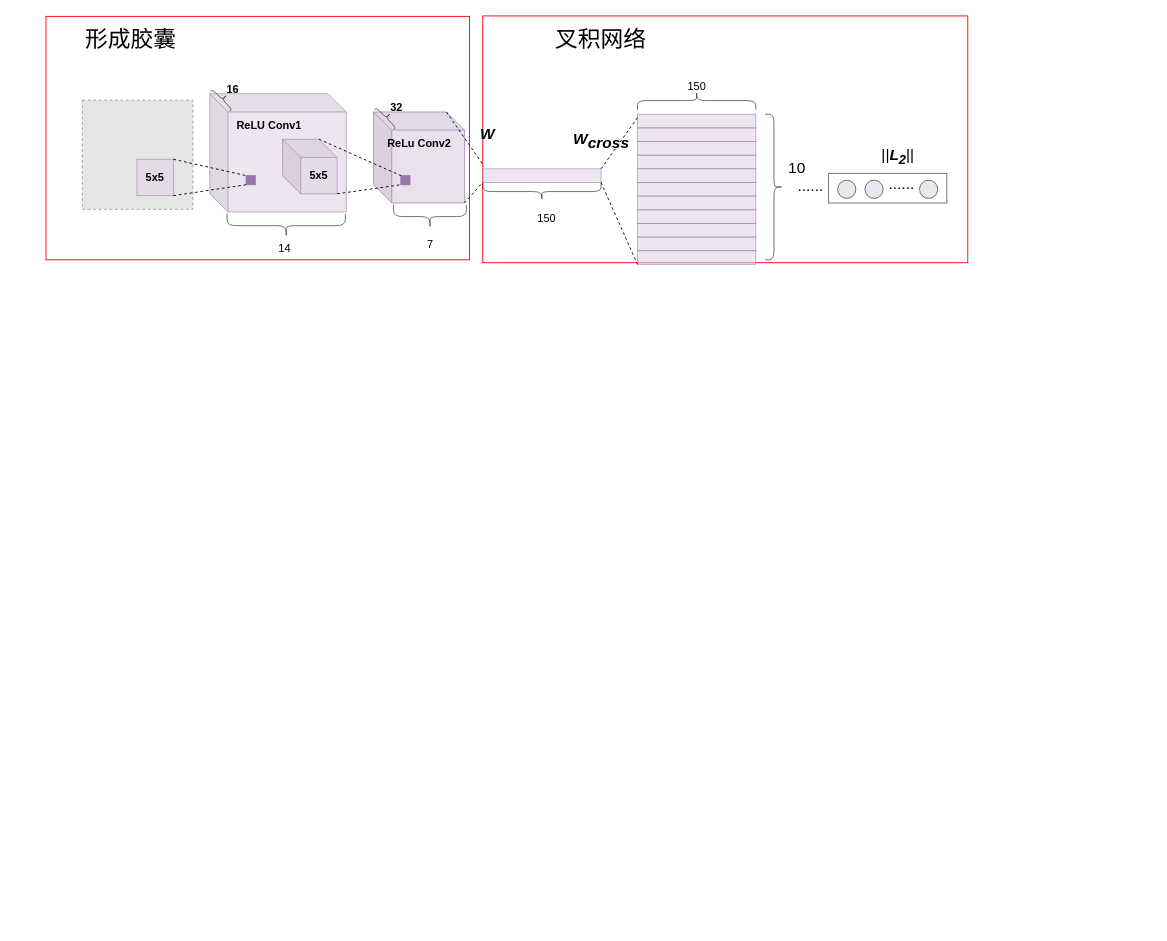
AmeGong/drawio keeps this draw.io diagram as kaiti.drawio. Above is the earlier version. Source tidied: cells renumbered, new cells numbered last; positions are measured from the earlier drawing's top-left corner, leaving out a move shared by most shapes. Both pictures are drawn from the tidied source at 91%, with x=0, y=0 at pixel (15, 15). Pictures stored in the file or linked from it are replaced by grey dashed boxes.
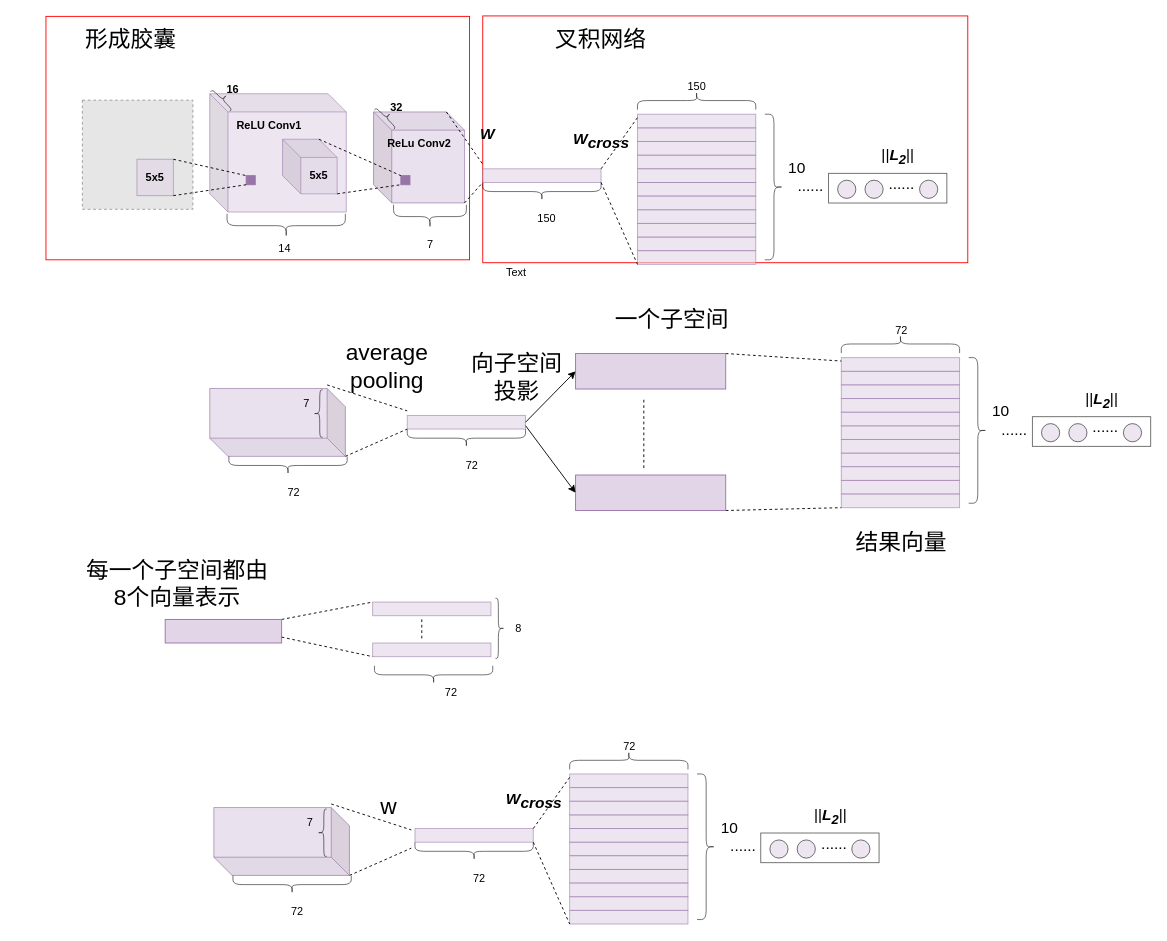
The same diagram, later.

Diff of the diagram source:
```diff
@@
+    <mxCell id="58" style="endArrow=none;dashed=1;html=1;exitX=0;exitY=0;exitDx=20;exitDy=78.5;exitPerimeter=0;" parent="1" edge="1" source="87">
+      <mxGeometry relative="1" as="geometry">
+        <mxPoint x="430" y="434" as="targetPoint" />
+      </mxGeometry>
+    </mxCell>
+    <mxCell id="59" style="endArrow=none;dashed=1;html=1;exitX=0;exitY=0;exitDx=0;exitDy=0;exitPerimeter=0;entryX=0;entryY=1;entryDx=0;entryDy=0;" parent="1" edge="1" source="87">
+      <mxGeometry relative="1" as="geometry">
+        <mxPoint x="430" y="454" as="targetPoint" />
+      </mxGeometry>
+    </mxCell>
+    <mxCell id="60" style="shape=curlyBracket;whiteSpace=wrap;html=1;rounded=1;shadow=0;comic=0;strokeColor=#000000;fillColor=#E1D5E7;opacity=60;rotation=-90;" parent="1" vertex="1">
+      <mxGeometry x="485" y="399" width="20" height="130" as="geometry" />
+    </mxCell>
+    <mxCell id="61" value="72" style="text;html=1;align=center;verticalAlign=middle;" parent="1" vertex="1">
+      <mxGeometry x="489" y="485" width="23" height="18" as="geometry" />
+    </mxCell>
+    <mxCell id="62" style="rounded=0;whiteSpace=wrap;html=1;shadow=0;comic=0;strokeColor=#9673A6;fillColor=#E1D5E7;opacity=60;" parent="1" vertex="1">
+      <mxGeometry x="907" y="510.4" width="130" height="15" as="geometry" />
+    </mxCell>
+    <mxCell id="63" style="rounded=0;whiteSpace=wrap;html=1;shadow=0;comic=0;strokeColor=#9673A6;fillColor=#E1D5E7;opacity=60;" parent="1" vertex="1">
+      <mxGeometry x="907" y="525.4" width="130" height="15" as="geometry" />
+    </mxCell>
+    <mxCell id="64" style="rounded=0;whiteSpace=wrap;html=1;shadow=0;comic=0;strokeColor=#9673A6;fillColor=#E1D5E7;opacity=60;" parent="1" vertex="1">
+      <mxGeometry x="907" y="480.4" width="130" height="15" as="geometry" />
+    </mxCell>
+    <mxCell id="65" style="rounded=0;whiteSpace=wrap;html=1;shadow=0;comic=0;strokeColor=#9673A6;fillColor=#E1D5E7;opacity=60;" parent="1" vertex="1">
+      <mxGeometry x="907" y="495.4" width="130" height="15" as="geometry" />
+    </mxCell>
+    <mxCell id="66" style="rounded=0;whiteSpace=wrap;html=1;shadow=0;comic=0;strokeColor=#9673A6;fillColor=#E1D5E7;opacity=60;" parent="1" vertex="1">
+      <mxGeometry x="907" y="450.4" width="130" height="15" as="geometry" />
+    </mxCell>
+    <mxCell id="67" style="rounded=0;whiteSpace=wrap;html=1;shadow=0;comic=0;strokeColor=#9673A6;fillColor=#E1D5E7;opacity=60;" parent="1" vertex="1">
+      <mxGeometry x="907" y="465.4" width="130" height="15" as="geometry" />
+    </mxCell>
+    <mxCell id="68" style="rounded=0;whiteSpace=wrap;html=1;shadow=0;comic=0;strokeColor=#9673A6;fillColor=#E1D5E7;opacity=60;" parent="1" vertex="1">
+      <mxGeometry x="907" y="420.5" width="130" height="15" as="geometry" />
+    </mxCell>
+    <mxCell id="69" style="rounded=0;whiteSpace=wrap;html=1;shadow=0;comic=0;strokeColor=#9673A6;fillColor=#E1D5E7;opacity=60;" parent="1" vertex="1">
+      <mxGeometry x="907" y="435.5" width="130" height="15" as="geometry" />
+    </mxCell>
+    <mxCell id="70" style="rounded=0;whiteSpace=wrap;html=1;shadow=0;comic=0;strokeColor=#9673A6;fillColor=#E1D5E7;opacity=60;" parent="1" vertex="1">
+      <mxGeometry x="907" y="390.5" width="130" height="15" as="geometry" />
+    </mxCell>
+    <mxCell id="71" style="rounded=0;whiteSpace=wrap;html=1;shadow=0;comic=0;strokeColor=#9673A6;fillColor=#E1D5E7;opacity=60;" parent="1" vertex="1">
+      <mxGeometry x="907" y="405.5" width="130" height="15" as="geometry" />
+    </mxCell>
+    <mxCell id="72" style="rounded=0;whiteSpace=wrap;html=1;shadow=0;comic=0;strokeColor=#9673A6;fillColor=#E1D5E7;opacity=60;" parent="1" vertex="1">
+      <mxGeometry x="907" y="375.5" width="130" height="15" as="geometry" />
+    </mxCell>
+    <mxCell id="73" style="rounded=0;whiteSpace=wrap;html=1;shadow=0;comic=0;strokeColor=#9673A6;fillColor=#E1D5E7;opacity=60;" parent="1" vertex="1">
+      <mxGeometry x="430" y="439" width="130" height="15" as="geometry" />
+    </mxCell>
+    <mxCell id="74" style="endArrow=none;dashed=1;html=1;exitX=1;exitY=0;exitDx=0;exitDy=0;entryX=0;entryY=0.25;entryDx=0;entryDy=0;" parent="1" edge="1" source="138" target="72">
+      <mxGeometry relative="1" as="geometry" />
+    </mxCell>
+    <mxCell id="75" style="endArrow=none;dashed=1;html=1;exitX=1;exitY=1;exitDx=0;exitDy=0;entryX=0;entryY=1;entryDx=0;entryDy=0;" parent="1" edge="1" source="139" target="63">
+      <mxGeometry relative="1" as="geometry" />
+    </mxCell>
+    <mxCell id="76" style="shape=curlyBracket;whiteSpace=wrap;html=1;rounded=1;shadow=0;comic=0;strokeColor=#000000;fillColor=#E1D5E7;fontSize=17;opacity=60;rotation=-180;" parent="1" vertex="1">
+      <mxGeometry x="1047" y="375.5" width="20" height="160" as="geometry" />
+    </mxCell>
+    <mxCell id="77" value="10" style="text;html=1;align=center;verticalAlign=middle;fontSize=17;" parent="1" vertex="1">
+      <mxGeometry x="1067" y="420.4" width="30" height="30" as="geometry" />
+    </mxCell>
+    <mxCell id="78" style="shape=curlyBracket;whiteSpace=wrap;html=1;rounded=1;shadow=0;comic=0;strokeColor=#000000;fillColor=#E1D5E7;opacity=60;rotation=90;" parent="1" vertex="1">
+      <mxGeometry x="962" y="295.5" width="20" height="130" as="geometry" />
+    </mxCell>
+    <mxCell id="79" value="&lt;div&gt;72&lt;/div&gt;" style="text;html=1;align=center;verticalAlign=middle;" parent="1" vertex="1">
+      <mxGeometry x="961" y="336.5" width="23" height="18" as="geometry" />
+    </mxCell>
+    <mxCell id="80" style="rounded=0;whiteSpace=wrap;html=1;shadow=0;comic=0;strokeColor=#000000;fillColor=#FFFFFF;fontSize=17;opacity=60;" parent="1" vertex="1">
+      <mxGeometry x="1117" y="440.4" width="130" height="32.6" as="geometry" />
+    </mxCell>
+    <mxCell id="81" style="ellipse;whiteSpace=wrap;html=1;shadow=0;comic=0;strokeColor=#000000;fillColor=#E1D5E7;fontSize=17;opacity=60;" parent="1" vertex="1">
+      <mxGeometry x="1127" y="448" width="20" height="20" as="geometry" />
+    </mxCell>
+    <mxCell id="82" style="ellipse;whiteSpace=wrap;html=1;shadow=0;comic=0;strokeColor=#000000;fillColor=#E1D5E7;fontSize=17;opacity=60;" parent="1" vertex="1">
+      <mxGeometry x="1157" y="448" width="20" height="20" as="geometry" />
+    </mxCell>
+    <mxCell id="83" style="ellipse;whiteSpace=wrap;html=1;shadow=0;comic=0;strokeColor=#000000;fillColor=#E1D5E7;fontSize=17;opacity=60;" parent="1" vertex="1">
+      <mxGeometry x="1217" y="448" width="20" height="20" as="geometry" />
+    </mxCell>
+    <mxCell id="84" value="......" style="text;html=1;align=center;verticalAlign=middle;fontSize=17;" parent="1" vertex="1">
+      <mxGeometry x="1177" y="438" width="40" height="30" as="geometry" />
+    </mxCell>
+    <mxCell id="85" value="......" style="text;html=1;align=center;verticalAlign=middle;fontSize=17;" parent="1" vertex="1">
+      <mxGeometry x="1077" y="440.5" width="40" height="30" as="geometry" />
+    </mxCell>
+    <mxCell id="86" value="||&lt;i&gt;&lt;b&gt;L&lt;sub&gt;2&lt;/sub&gt;&lt;/b&gt;&lt;/i&gt;||" style="text;html=1;align=center;verticalAlign=middle;fontSize=17;" parent="1" vertex="1">
+      <mxGeometry x="1168" y="407.5" width="50" height="30" as="geometry" />
+    </mxCell>
+    <mxCell id="87" style="shape=cube;whiteSpace=wrap;html=1;boundedLbl=1;backgroundOutline=1;darkOpacity=0.05;darkOpacity2=0.1;fillColor=#e1d5e7;strokeColor=#9673a6;comic=0;shadow=0;opacity=70;rotation=-180;size=20;" parent="1" vertex="1">
+      <mxGeometry x="213" y="409.4" width="149" height="74.6" as="geometry" />
+    </mxCell>
+    <mxCell id="88" style="shape=curlyBracket;whiteSpace=wrap;html=1;rounded=1;shadow=0;comic=0;strokeColor=#000000;fillColor=#E1D5E7;opacity=60;rotation=-90;" parent="1" vertex="1">
+      <mxGeometry x="289" y="429" width="20" height="130" as="geometry" />
+    </mxCell>
+    <mxCell id="89" value="72" style="text;html=1;align=center;verticalAlign=middle;" parent="1" vertex="1">
+      <mxGeometry x="293" y="515" width="23" height="18" as="geometry" />
+    </mxCell>
+    <mxCell id="90" value="Text" style="text;html=1;strokeColor=none;fillColor=none;align=center;verticalAlign=middle;whiteSpace=wrap;rounded=0;" parent="1" vertex="1">
+      <mxGeometry x="530" y="272" width="40" height="20" as="geometry" />
+    </mxCell>
+    <mxCell id="91" value="&lt;font style=&quot;font-size: 25px&quot;&gt;average pooling&lt;br&gt;&lt;/font&gt;" style="text;html=1;strokeColor=none;fillColor=none;align=center;verticalAlign=middle;whiteSpace=wrap;rounded=0;" parent="1" vertex="1">
+      <mxGeometry x="388" y="374" width="40" height="20" as="geometry" />
+    </mxCell>
+    <mxCell id="92" style="shape=curlyBracket;whiteSpace=wrap;html=1;rounded=1;shadow=0;comic=0;strokeColor=#000000;fillColor=#9875A8;opacity=60;rotation=0;size=0.6854179761156488;" parent="1" vertex="1">
+      <mxGeometry x="327" y="411" width="10" height="51.9" as="geometry" />
+    </mxCell>
+    <mxCell id="93" value="7" style="text;html=1;align=center;verticalAlign=middle;" parent="1" vertex="1">
+      <mxGeometry x="310" y="417" width="17" height="18" as="geometry" />
+    </mxCell>
+    <mxCell id="94" style="endArrow=none;dashed=1;html=1;exitX=0;exitY=0;exitDx=20;exitDy=78.5;exitPerimeter=0;" parent="1" edge="1" source="124">
+      <mxGeometry relative="1" as="geometry">
+        <mxPoint x="434.5" y="894.5" as="targetPoint" />
+      </mxGeometry>
+    </mxCell>
+    <mxCell id="95" style="endArrow=none;dashed=1;html=1;exitX=0;exitY=0;exitDx=0;exitDy=0;exitPerimeter=0;entryX=0;entryY=1;entryDx=0;entryDy=0;" parent="1" edge="1" source="124">
+      <mxGeometry relative="1" as="geometry">
+        <mxPoint x="434.5" y="914.5" as="targetPoint" />
+      </mxGeometry>
+    </mxCell>
+    <mxCell id="96" style="shape=curlyBracket;whiteSpace=wrap;html=1;rounded=1;shadow=0;comic=0;strokeColor=#000000;fillColor=#E1D5E7;opacity=60;rotation=-90;" parent="1" vertex="1">
+      <mxGeometry x="493.5" y="853" width="20" height="130" as="geometry" />
+    </mxCell>
+    <mxCell id="97" value="72" style="text;html=1;align=center;verticalAlign=middle;" parent="1" vertex="1">
+      <mxGeometry x="497.5" y="939" width="23" height="18" as="geometry" />
+    </mxCell>
+    <mxCell id="98" style="rounded=0;whiteSpace=wrap;html=1;shadow=0;comic=0;strokeColor=#9673A6;fillColor=#E1D5E7;opacity=60;" parent="1" vertex="1">
+      <mxGeometry x="608.5" y="967.9" width="130" height="15" as="geometry" />
+    </mxCell>
+    <mxCell id="99" style="rounded=0;whiteSpace=wrap;html=1;shadow=0;comic=0;strokeColor=#9673A6;fillColor=#E1D5E7;opacity=60;" parent="1" vertex="1">
+      <mxGeometry x="608.5" y="982.9" width="130" height="15" as="geometry" />
+    </mxCell>
+    <mxCell id="100" style="rounded=0;whiteSpace=wrap;html=1;shadow=0;comic=0;strokeColor=#9673A6;fillColor=#E1D5E7;opacity=60;" parent="1" vertex="1">
+      <mxGeometry x="608.5" y="937.9" width="130" height="15" as="geometry" />
+    </mxCell>
+    <mxCell id="101" style="rounded=0;whiteSpace=wrap;html=1;shadow=0;comic=0;strokeColor=#9673A6;fillColor=#E1D5E7;opacity=60;" parent="1" vertex="1">
+      <mxGeometry x="608.5" y="952.9" width="130" height="15" as="geometry" />
+    </mxCell>
+    <mxCell id="102" style="rounded=0;whiteSpace=wrap;html=1;shadow=0;comic=0;strokeColor=#9673A6;fillColor=#E1D5E7;opacity=60;" parent="1" vertex="1">
+      <mxGeometry x="608.5" y="907.9" width="130" height="15" as="geometry" />
+    </mxCell>
+    <mxCell id="103" style="rounded=0;whiteSpace=wrap;html=1;shadow=0;comic=0;strokeColor=#9673A6;fillColor=#E1D5E7;opacity=60;" parent="1" vertex="1">
+      <mxGeometry x="608.5" y="922.9" width="130" height="15" as="geometry" />
+    </mxCell>
+    <mxCell id="104" style="rounded=0;whiteSpace=wrap;html=1;shadow=0;comic=0;strokeColor=#9673A6;fillColor=#E1D5E7;opacity=60;" parent="1" vertex="1">
+      <mxGeometry x="608.5" y="878" width="130" height="15" as="geometry" />
+    </mxCell>
+    <mxCell id="105" style="rounded=0;whiteSpace=wrap;html=1;shadow=0;comic=0;strokeColor=#9673A6;fillColor=#E1D5E7;opacity=60;" parent="1" vertex="1">
+      <mxGeometry x="608.5" y="893" width="130" height="15" as="geometry" />
+    </mxCell>
+    <mxCell id="106" style="rounded=0;whiteSpace=wrap;html=1;shadow=0;comic=0;strokeColor=#9673A6;fillColor=#E1D5E7;opacity=60;" parent="1" vertex="1">
+      <mxGeometry x="608.5" y="848" width="130" height="15" as="geometry" />
+    </mxCell>
+    <mxCell id="107" style="rounded=0;whiteSpace=wrap;html=1;shadow=0;comic=0;strokeColor=#9673A6;fillColor=#E1D5E7;opacity=60;" parent="1" vertex="1">
+      <mxGeometry x="608.5" y="863" width="130" height="15" as="geometry" />
+    </mxCell>
+    <mxCell id="108" style="rounded=0;whiteSpace=wrap;html=1;shadow=0;comic=0;strokeColor=#9673A6;fillColor=#E1D5E7;opacity=60;" parent="1" vertex="1">
+      <mxGeometry x="608.5" y="833" width="130" height="15" as="geometry" />
+    </mxCell>
+    <mxCell id="109" style="rounded=0;whiteSpace=wrap;html=1;shadow=0;comic=0;strokeColor=#9673A6;fillColor=#E1D5E7;opacity=60;" parent="1" vertex="1">
+      <mxGeometry x="438.5" y="893" width="130" height="15" as="geometry" />
+    </mxCell>
+    <mxCell id="110" style="endArrow=none;dashed=1;html=1;exitX=1;exitY=0;exitDx=0;exitDy=0;entryX=0;entryY=0.25;entryDx=0;entryDy=0;" parent="1" edge="1" source="109" target="108">
+      <mxGeometry relative="1" as="geometry" />
+    </mxCell>
+    <mxCell id="111" style="endArrow=none;dashed=1;html=1;exitX=1;exitY=1;exitDx=0;exitDy=0;entryX=0;entryY=1;entryDx=0;entryDy=0;" parent="1" edge="1" source="109" target="99">
+      <mxGeometry relative="1" as="geometry" />
+    </mxCell>
+    <mxCell id="112" value="&lt;i style=&quot;font-size: 17px;&quot;&gt;&lt;b style=&quot;font-size: 17px;&quot;&gt;W&lt;sub style=&quot;font-size: 17px;&quot;&gt;cross&lt;/sub&gt;&lt;/b&gt;&lt;/i&gt;" style="text;html=1;align=center;verticalAlign=middle;fontSize=17;" parent="1" vertex="1">
+      <mxGeometry x="528.5" y="848" width="80" height="30" as="geometry" />
+    </mxCell>
+    <mxCell id="113" style="shape=curlyBracket;whiteSpace=wrap;html=1;rounded=1;shadow=0;comic=0;strokeColor=#000000;fillColor=#E1D5E7;fontSize=17;opacity=60;rotation=-180;" parent="1" vertex="1">
+      <mxGeometry x="748.5" y="833" width="20" height="160" as="geometry" />
+    </mxCell>
+    <mxCell id="114" value="10" style="text;html=1;align=center;verticalAlign=middle;fontSize=17;" parent="1" vertex="1">
+      <mxGeometry x="768.5" y="877.9" width="30" height="30" as="geometry" />
+    </mxCell>
+    <mxCell id="115" style="shape=curlyBracket;whiteSpace=wrap;html=1;rounded=1;shadow=0;comic=0;strokeColor=#000000;fillColor=#E1D5E7;opacity=60;rotation=90;" parent="1" vertex="1">
+      <mxGeometry x="663.5" y="753" width="20" height="130" as="geometry" />
+    </mxCell>
+    <mxCell id="116" value="&lt;div&gt;72&lt;/div&gt;" style="text;html=1;align=center;verticalAlign=middle;" parent="1" vertex="1">
+      <mxGeometry x="662.5" y="794" width="23" height="18" as="geometry" />
+    </mxCell>
+    <mxCell id="117" style="rounded=0;whiteSpace=wrap;html=1;shadow=0;comic=0;strokeColor=#000000;fillColor=#FFFFFF;fontSize=17;opacity=60;" parent="1" vertex="1">
+      <mxGeometry x="818.5" y="897.9" width="130" height="32.6" as="geometry" />
+    </mxCell>
+    <mxCell id="118" style="ellipse;whiteSpace=wrap;html=1;shadow=0;comic=0;strokeColor=#000000;fillColor=#E1D5E7;fontSize=17;opacity=60;" parent="1" vertex="1">
+      <mxGeometry x="828.5" y="905.5" width="20" height="20" as="geometry" />
+    </mxCell>
+    <mxCell id="119" style="ellipse;whiteSpace=wrap;html=1;shadow=0;comic=0;strokeColor=#000000;fillColor=#E1D5E7;fontSize=17;opacity=60;" parent="1" vertex="1">
+      <mxGeometry x="858.5" y="905.5" width="20" height="20" as="geometry" />
+    </mxCell>
+    <mxCell id="120" style="ellipse;whiteSpace=wrap;html=1;shadow=0;comic=0;strokeColor=#000000;fillColor=#E1D5E7;fontSize=17;opacity=60;" parent="1" vertex="1">
+      <mxGeometry x="918.5" y="905.5" width="20" height="20" as="geometry" />
+    </mxCell>
+    <mxCell id="121" value="......" style="text;html=1;align=center;verticalAlign=middle;fontSize=17;" parent="1" vertex="1">
+      <mxGeometry x="878.5" y="895.5" width="40" height="30" as="geometry" />
+    </mxCell>
+    <mxCell id="122" value="......" style="text;html=1;align=center;verticalAlign=middle;fontSize=17;" parent="1" vertex="1">
+      <mxGeometry x="778.5" y="898" width="40" height="30" as="geometry" />
+    </mxCell>
+    <mxCell id="123" value="||&lt;i&gt;&lt;b&gt;L&lt;sub&gt;2&lt;/sub&gt;&lt;/b&gt;&lt;/i&gt;||" style="text;html=1;align=center;verticalAlign=middle;fontSize=17;" parent="1" vertex="1">
+      <mxGeometry x="869.5" y="865" width="50" height="30" as="geometry" />
+    </mxCell>
+    <mxCell id="124" style="shape=cube;whiteSpace=wrap;html=1;boundedLbl=1;backgroundOutline=1;darkOpacity=0.05;darkOpacity2=0.1;fillColor=#e1d5e7;strokeColor=#9673a6;comic=0;shadow=0;opacity=70;rotation=-180;size=20;" parent="1" vertex="1">
+      <mxGeometry x="217.5" y="869.9" width="149" height="74.6" as="geometry" />
+    </mxCell>
+    <mxCell id="125" style="shape=curlyBracket;whiteSpace=wrap;html=1;rounded=1;shadow=0;comic=0;strokeColor=#000000;fillColor=#E1D5E7;opacity=60;rotation=-90;" parent="1" vertex="1">
+      <mxGeometry x="293.5" y="889.6" width="20" height="130" as="geometry" />
+    </mxCell>
+    <mxCell id="126" value="72" style="text;html=1;align=center;verticalAlign=middle;" parent="1" vertex="1">
+      <mxGeometry x="297.5" y="975.6" width="23" height="18" as="geometry" />
+    </mxCell>
+    <mxCell id="127" style="shape=curlyBracket;whiteSpace=wrap;html=1;rounded=1;shadow=0;comic=0;strokeColor=#000000;fillColor=#9875A8;opacity=60;rotation=0;size=0.6854179761156488;" parent="1" vertex="1">
+      <mxGeometry x="331.5" y="871.6" width="10" height="51.9" as="geometry" />
+    </mxCell>
+    <mxCell id="128" value="7" style="text;html=1;align=center;verticalAlign=middle;" parent="1" vertex="1">
+      <mxGeometry x="314.5" y="877.6" width="17" height="18" as="geometry" />
+    </mxCell>
+    <mxCell id="129" value="&lt;font style=&quot;font-size: 25px&quot;&gt;一个子空间&lt;br&gt;&lt;/font&gt;" style="text;html=1;strokeColor=none;fillColor=none;align=center;verticalAlign=middle;whiteSpace=wrap;rounded=0;" parent="1" vertex="1">
+      <mxGeometry x="586" y="322" width="270" height="20" as="geometry" />
+    </mxCell>
+    <mxCell id="130" style="rounded=0;whiteSpace=wrap;html=1;shadow=0;comic=0;strokeColor=#9673A6;fillColor=#E1D5E7;opacity=60;" parent="1" vertex="1">
+      <mxGeometry x="392" y="644.1" width="130" height="15" as="geometry" />
+    </mxCell>
+    <mxCell id="131" style="rounded=0;whiteSpace=wrap;html=1;shadow=0;comic=0;strokeColor=#9673A6;fillColor=#E1D5E7;opacity=60;" parent="1" vertex="1">
+      <mxGeometry x="392" y="689.1" width="130" height="15" as="geometry" />
+    </mxCell>
+    <mxCell id="132" style="endArrow=none;dashed=1;html=1;" parent="1" edge="1">
+      <mxGeometry relative="1" as="geometry">
+        <mxPoint x="446" y="684.1" as="sourcePoint" />
+        <mxPoint x="446" y="661.6" as="targetPoint" />
+      </mxGeometry>
+    </mxCell>
+    <mxCell id="133" style="shape=curlyBracket;whiteSpace=wrap;html=1;rounded=1;shadow=0;comic=0;strokeColor=#000000;fillColor=#E1D5E7;opacity=60;rotation=-90;" parent="1" vertex="1">
+      <mxGeometry x="449" y="659.1" width="20" height="130" as="geometry" />
+    </mxCell>
+    <mxCell id="134" value="72" style="text;html=1;align=center;verticalAlign=middle;" parent="1" vertex="1">
+      <mxGeometry x="466" y="735" width="23" height="18" as="geometry" />
+    </mxCell>
+    <mxCell id="135" style="shape=curlyBracket;whiteSpace=wrap;html=1;rounded=1;shadow=0;comic=0;strokeColor=#000000;fillColor=#9875A8;opacity=60;rotation=-180;size=0.6854179761156488;" parent="1" vertex="1">
+      <mxGeometry x="527" y="640" width="10" height="66" as="geometry" />
+    </mxCell>
+    <mxCell id="136" value="8" style="text;html=1;align=center;verticalAlign=middle;" parent="1" vertex="1">
+      <mxGeometry x="543" y="664" width="17" height="18" as="geometry" />
+    </mxCell>
+    <mxCell id="137" style="endArrow=none;dashed=1;html=1;" parent="1" edge="1">
+      <mxGeometry relative="1" as="geometry">
+        <mxPoint x="690" y="496.8" as="sourcePoint" />
+        <mxPoint x="690" y="419.2" as="targetPoint" />
+      </mxGeometry>
+    </mxCell>
+    <mxCell id="138" style="rounded=0;whiteSpace=wrap;html=1;fillColor=#E1D5E7;strokeColor=#9673A6;" parent="1" vertex="1">
+      <mxGeometry x="615" y="371" width="165" height="39" as="geometry" />
+    </mxCell>
+    <mxCell id="139" style="rounded=0;whiteSpace=wrap;html=1;fillColor=#E1D5E7;strokeColor=#9673A6;" parent="1" vertex="1">
+      <mxGeometry x="615" y="504.5" width="165" height="39" as="geometry" />
+    </mxCell>
+    <mxCell id="140" style="endArrow=classic;html=1;exitX=1;exitY=0.5;exitDx=0;exitDy=0;entryX=0;entryY=0.5;entryDx=0;entryDy=0;" parent="1" edge="1" source="73" target="138">
+      <mxGeometry relative="1" as="geometry" />
+    </mxCell>
+    <mxCell id="141" style="endArrow=classic;html=1;exitX=1;exitY=0.75;exitDx=0;exitDy=0;entryX=0;entryY=0.5;entryDx=0;entryDy=0;" parent="1" edge="1" source="73" target="139">
+      <mxGeometry relative="1" as="geometry" />
+    </mxCell>
+    <mxCell id="142" value="&lt;font style=&quot;font-size: 25px&quot;&gt;向子空间投影&lt;/font&gt;" style="text;html=1;strokeColor=none;fillColor=none;align=center;verticalAlign=middle;whiteSpace=wrap;rounded=0;" parent="1" vertex="1">
+      <mxGeometry x="497" y="385.5" width="107" height="20" as="geometry" />
+    </mxCell>
+    <mxCell id="143" value="&lt;font style=&quot;font-size: 25px&quot;&gt;结果向量&lt;br&gt;&lt;/font&gt;" style="text;html=1;strokeColor=none;fillColor=none;align=center;verticalAlign=middle;whiteSpace=wrap;rounded=0;" parent="1" vertex="1">
+      <mxGeometry x="913" y="554" width="120" height="46" as="geometry" />
+    </mxCell>
+    <mxCell id="144" style="endArrow=none;dashed=1;html=1;entryX=0;entryY=0;entryDx=0;entryDy=0;exitX=1;exitY=0;exitDx=0;exitDy=0;" parent="1" edge="1" source="145" target="130">
+      <mxGeometry relative="1" as="geometry" />
+    </mxCell>
+    <mxCell id="145" style="rounded=0;whiteSpace=wrap;html=1;fillColor=#E1D5E7;strokeColor=#9673A6;" parent="1" vertex="1">
+      <mxGeometry x="164" y="663.2" width="128" height="25.9" as="geometry" />
+    </mxCell>
+    <mxCell id="146" style="endArrow=none;dashed=1;html=1;exitX=1;exitY=0.75;exitDx=0;exitDy=0;entryX=0;entryY=1;entryDx=0;entryDy=0;" parent="1" edge="1" source="145" target="131">
+      <mxGeometry relative="1" as="geometry" />
+    </mxCell>
+    <mxCell id="147" value="&lt;font style=&quot;font-size: 25px&quot;&gt;每一个子空间都由8个向量表示&lt;/font&gt;" style="text;html=1;strokeColor=none;fillColor=none;align=center;verticalAlign=middle;whiteSpace=wrap;rounded=0;" parent="1" vertex="1">
+      <mxGeometry x="70" y="613" width="215" height="20" as="geometry" />
+    </mxCell>
+    <mxCell id="148" value="&lt;font style=&quot;font-size: 25px&quot;&gt;w&lt;/font&gt;" style="text;html=1;strokeColor=none;fillColor=none;align=center;verticalAlign=middle;whiteSpace=wrap;rounded=0;" parent="1" vertex="1">
+      <mxGeometry x="389.5" y="815" width="40" height="106" as="geometry" />
+    </mxCell>
```
